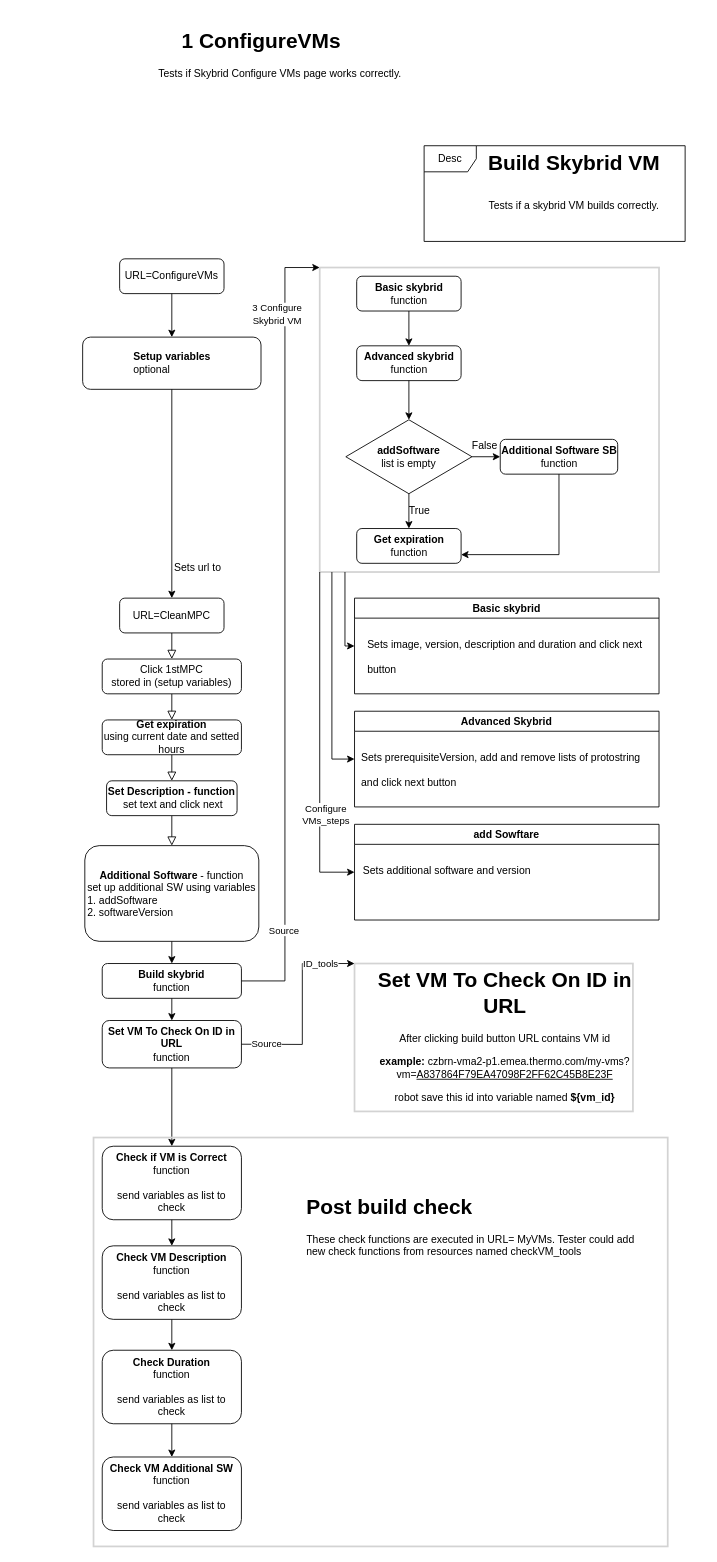
MartinBlazek6/Project keeps this draw.io diagram as page "1 ConfigureVMs" (5 of 5) of 4_MyVMS.drawio. Above is the earlier version. Source tidied: cells renumbered, new cells numbered last; positions are measured from the earlier drawing's top-left corner, leaving out a move shared by most shapes. Both pictures are drawn from the tidied source at 87%, with x=0, y=0 at pixel (15, 23).
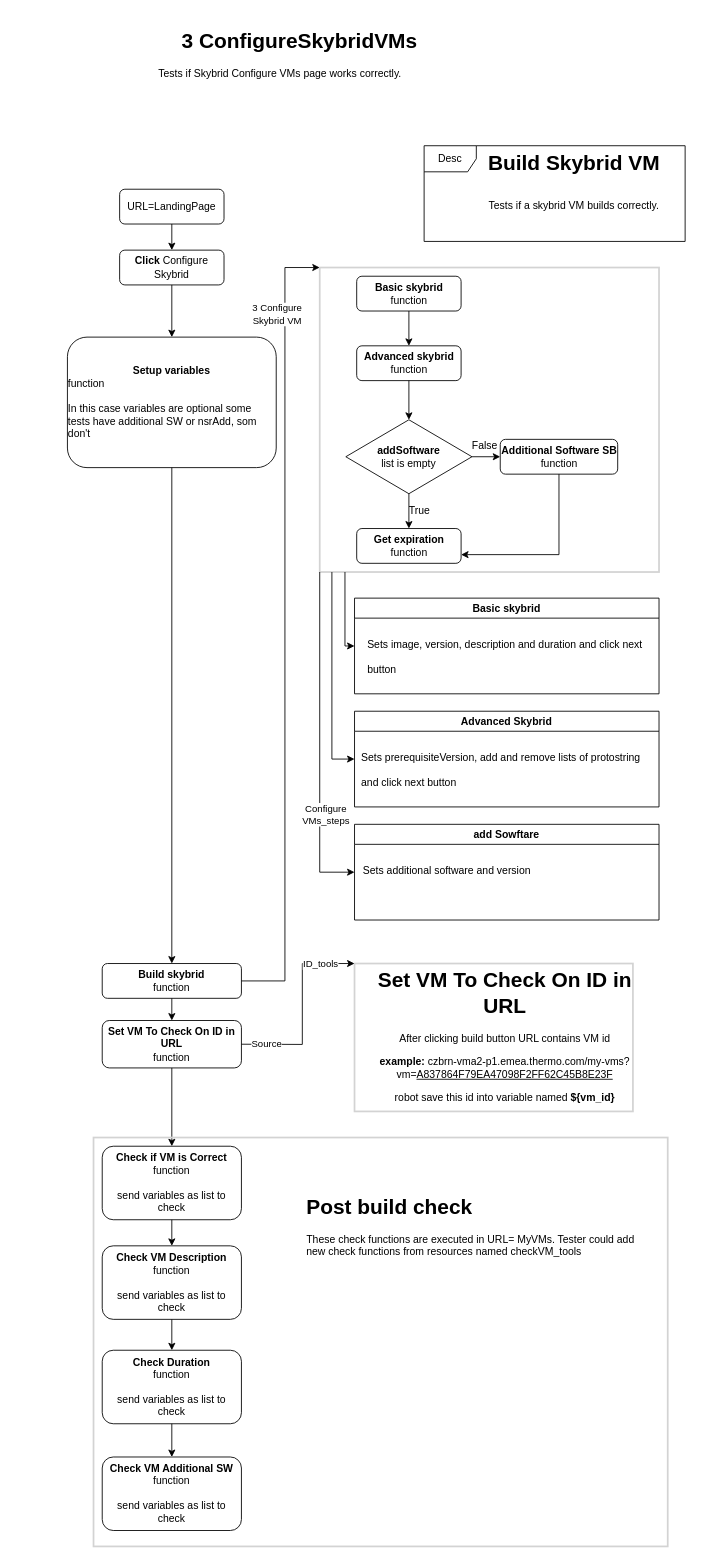
The same page after the edit.

Unchanged cells that the change refers to:
```xml
<mxCell id="14" value="&lt;b&gt;Build skybrid&lt;/b&gt;&lt;br&gt;function" style="rounded=1;whiteSpace=wrap;html=1;fontSize=12;glass=0;strokeWidth=1;shadow=0;" parent="1" vertex="1">
  <mxGeometry x="100" y="1080" width="160" height="40" as="geometry" />
</mxCell>
<mxCell id="18" style="endArrow=classic;html=1;rounded=0;exitX=1;exitY=0.5;exitDx=0;exitDy=0;entryX=0;entryY=0;entryDx=0;entryDy=0;" parent="1" edge="1" source="14" target="17">
  <mxGeometry relative="1" as="geometry">
    <Array as="points">
      <mxPoint x="310" y="1100" />
      <mxPoint x="310" y="280" />
    </Array>
  </mxGeometry>
</mxCell>
<mxCell id="45" value="Basic skybrid" style="swimlane;" parent="1" vertex="1">
  <mxGeometry x="390" y="660" width="350" height="110" as="geometry" />
</mxCell>
<mxCell id="46" value="Advanced Skybrid" style="swimlane;" parent="1" vertex="1">
  <mxGeometry x="390" y="790" width="350" height="110" as="geometry" />
</mxCell>
```

Change to the diagram source:
```diff
@@
-    <mxCell id="2" style="rounded=0;html=1;jettySize=auto;fontSize=11;endArrow=block;endFill=0;endSize=8;strokeWidth=1;shadow=0;labelBackgroundColor=none;edgeStyle=orthogonalEdgeStyle;" parent="1" edge="1" source="3">
-      <mxGeometry relative="1" as="geometry">
-        <mxPoint x="180" y="730" as="targetPoint" />
-      </mxGeometry>
-    </mxCell>
-    <mxCell id="3" value="URL=CleanMPC" style="rounded=1;whiteSpace=wrap;html=1;fontSize=12;glass=0;strokeWidth=1;shadow=0;" parent="1" vertex="1">
-      <mxGeometry x="120" y="660" width="120" height="40" as="geometry" />
-    </mxCell>
-    <mxCell id="4" value="&lt;b&gt;Setup variables&lt;br&gt;&lt;/b&gt;&lt;div style=&quot;text-align: left&quot;&gt;optional&lt;/div&gt;" style="rounded=1;whiteSpace=wrap;html=1;" parent="1" vertex="1">
-      <mxGeometry x="77.5" y="360" width="205" height="60" as="geometry" />
-    </mxCell>
-    <mxCell id="5" style="endArrow=classic;html=1;rounded=0;exitX=0.5;exitY=1;exitDx=0;exitDy=0;entryX=0.5;entryY=0;entryDx=0;entryDy=0;" parent="1" edge="1" source="4" target="3">
-      <mxGeometry relative="1" as="geometry" />
-    </mxCell>
-    <mxCell id="6" value="Sets url to" style="text;html=1;strokeColor=none;fillColor=none;align=center;verticalAlign=middle;whiteSpace=wrap;rounded=0;" parent="1" vertex="1">
-      <mxGeometry x="180" y="610" width="60" height="30" as="geometry" />
-    </mxCell>
-    <mxCell id="7" style="rounded=0;html=1;jettySize=auto;fontSize=11;endArrow=block;endFill=0;endSize=8;strokeWidth=1;shadow=0;labelBackgroundColor=none;edgeStyle=orthogonalEdgeStyle;" parent="1" edge="1" source="8">
-      <mxGeometry relative="1" as="geometry">
-        <mxPoint x="180" y="800" as="targetPoint" />
-      </mxGeometry>
-    </mxCell>
-    <mxCell id="8" value="Click 1stMPC&lt;br&gt;stored in (setup variables)" style="rounded=1;whiteSpace=wrap;html=1;fontSize=12;glass=0;strokeWidth=1;shadow=0;" parent="1" vertex="1">
-      <mxGeometry x="100" y="730" width="160" height="40" as="geometry" />
-    </mxCell>
-    <mxCell id="9" style="rounded=0;html=1;jettySize=auto;fontSize=11;endArrow=block;endFill=0;endSize=8;strokeWidth=1;shadow=0;labelBackgroundColor=none;edgeStyle=orthogonalEdgeStyle;" parent="1" edge="1" source="10">
-      <mxGeometry relative="1" as="geometry">
-        <mxPoint x="180" y="944.5" as="targetPoint" />
-      </mxGeometry>
-    </mxCell>
-    <mxCell id="10" value="&lt;b&gt;Set Description - function&lt;br&gt;&lt;/b&gt;&amp;nbsp;set text and click next" style="rounded=1;whiteSpace=wrap;html=1;fontSize=12;glass=0;strokeWidth=1;shadow=0;" parent="1" vertex="1">
-      <mxGeometry x="105" y="870" width="150" height="40" as="geometry" />
-    </mxCell>
-    <mxCell id="11" value="&lt;b&gt;Additional Software&lt;/b&gt; - function&lt;br&gt;set up additional SW using variables&lt;br&gt;&lt;div style=&quot;text-align: left&quot;&gt;&lt;span&gt;1. addSoftware&lt;/span&gt;&lt;/div&gt;&lt;div style=&quot;text-align: left&quot;&gt;&lt;span&gt;2. softwareVersion&lt;/span&gt;&lt;/div&gt;" style="rounded=1;whiteSpace=wrap;html=1;fontSize=12;glass=0;strokeWidth=1;shadow=0;" parent="1" vertex="1">
-      <mxGeometry x="80" y="944.5" width="200" height="110" as="geometry" />
-    </mxCell>
-    <mxCell id="12" style="rounded=0;html=1;jettySize=auto;fontSize=11;endArrow=block;endFill=0;endSize=8;strokeWidth=1;shadow=0;labelBackgroundColor=none;edgeStyle=orthogonalEdgeStyle;" parent="1" edge="1" source="13">
-      <mxGeometry relative="1" as="geometry">
-        <mxPoint x="180" y="870" as="targetPoint" />
-      </mxGeometry>
-    </mxCell>
-    <mxCell id="13" value="&lt;b&gt;Get expiration&lt;/b&gt;&lt;br&gt;using current date and setted hours" style="rounded=1;whiteSpace=wrap;html=1;fontSize=12;glass=0;strokeWidth=1;shadow=0;" parent="1" vertex="1">
-      <mxGeometry x="100" y="800" width="160" height="40" as="geometry" />
-    </mxCell>
+    <mxCell id="64" value="&lt;b&gt;Setup variables&lt;br&gt;&lt;/b&gt;&lt;div style=&quot;text-align: left&quot;&gt;function&lt;/div&gt;&lt;div style=&quot;text-align: left&quot;&gt;&lt;br&gt;&lt;/div&gt;&lt;div style=&quot;text-align: left&quot;&gt;In this case variables are optional some tests have additional SW or nsrAdd, som don't&lt;/div&gt;" style="rounded=1;whiteSpace=wrap;html=1;" parent="1" vertex="1">
+      <mxGeometry x="60" y="360" width="240" height="150" as="geometry" />
+    </mxCell>
@@
-    <mxCell id="15" style="endArrow=classic;html=1;rounded=0;exitX=0.5;exitY=1;exitDx=0;exitDy=0;" parent="1" edge="1" source="11" target="14">
-      <mxGeometry relative="1" as="geometry" />
-    </mxCell>
+    <mxCell id="65" style="endArrow=classic;html=1;rounded=0;exitX=0.5;exitY=1;exitDx=0;exitDy=0;" parent="1" edge="1" source="64" target="14">
+      <mxGeometry relative="1" as="geometry" />
+    </mxCell>
@@
-    <mxCell id="20" value="Source" style="edgeLabel;html=1;align=left;verticalAlign=bottom;" parent="18" vertex="1">
-      <mxGeometry x="-1" relative="1" as="geometry">
-        <mxPoint x="30" y="-50" as="offset" />
-      </mxGeometry>
-    </mxCell>
@@
-    <mxCell id="31" value="URL=ConfigureVMs" style="rounded=1;whiteSpace=wrap;html=1;fontSize=12;glass=0;strokeWidth=1;shadow=0;" parent="1" vertex="1">
-      <mxGeometry x="120" y="270" width="120" height="40" as="geometry" />
-    </mxCell>
-    <mxCell id="32" style="endArrow=classic;html=1;rounded=0;exitX=0.5;exitY=1;exitDx=0;exitDy=0;" parent="1" edge="1" source="31" target="4">
-      <mxGeometry relative="1" as="geometry" />
-    </mxCell>
+    <mxCell id="66" value="URL=LandingPage" style="rounded=1;whiteSpace=wrap;html=1;fontSize=12;glass=0;strokeWidth=1;shadow=0;" parent="1" vertex="1">
+      <mxGeometry x="120" y="190" width="120" height="40" as="geometry" />
+    </mxCell>
+    <mxCell id="67" value="&lt;b&gt;Click &lt;/b&gt;Configure Skybrid" style="rounded=1;whiteSpace=wrap;html=1;fontSize=12;glass=0;strokeWidth=1;shadow=0;" parent="1" vertex="1">
+      <mxGeometry x="120" y="260" width="120" height="40" as="geometry" />
+    </mxCell>
+    <mxCell id="68" style="endArrow=classic;html=1;rounded=0;exitX=0.5;exitY=1;exitDx=0;exitDy=0;entryX=0.5;entryY=0;entryDx=0;entryDy=0;" parent="1" edge="1" source="66" target="67">
+      <mxGeometry relative="1" as="geometry" />
+    </mxCell>
+    <mxCell id="69" style="endArrow=classic;html=1;rounded=0;exitX=0.5;exitY=1;exitDx=0;exitDy=0;" parent="1" edge="1" source="67" target="64">
+      <mxGeometry relative="1" as="geometry" />
+    </mxCell>
@@
-    <mxCell id="50" style="endArrow=classic;html=1;rounded=0;entryX=0;entryY=0.5;entryDx=0;entryDy=0;" parent="1" edge="1" target="45">
-      <mxGeometry relative="1" as="geometry">
-        <mxPoint x="379" y="630" as="sourcePoint" />
-        <Array as="points">
-          <mxPoint x="379" y="715" />
-        </Array>
-      </mxGeometry>
-    </mxCell>
-    <mxCell id="51" style="endArrow=classic;html=1;rounded=0;entryX=0;entryY=0.5;entryDx=0;entryDy=0;" parent="1" edge="1" target="46">
-      <mxGeometry relative="1" as="geometry">
-        <mxPoint x="364" y="630" as="sourcePoint" />
-        <Array as="points">
-          <mxPoint x="364" y="845" />
-        </Array>
-      </mxGeometry>
-    </mxCell>
+    <mxCell id="70" style="endArrow=classic;html=1;rounded=0;entryX=0;entryY=0.5;entryDx=0;entryDy=0;" parent="1" edge="1" target="45">
+      <mxGeometry relative="1" as="geometry">
+        <mxPoint x="379" y="630" as="sourcePoint" />
+        <Array as="points">
+          <mxPoint x="379" y="715" />
+        </Array>
+      </mxGeometry>
+    </mxCell>
+    <mxCell id="71" style="endArrow=classic;html=1;rounded=0;entryX=0;entryY=0.5;entryDx=0;entryDy=0;" parent="1" edge="1" target="46">
+      <mxGeometry relative="1" as="geometry">
+        <mxPoint x="364" y="630" as="sourcePoint" />
+        <Array as="points">
+          <mxPoint x="364" y="845" />
+        </Array>
+      </mxGeometry>
+    </mxCell>
@@
-    <mxCell id="63" value="&lt;blockquote style=&quot;margin: 0 0 0 40px ; border: none ; padding: 0px&quot;&gt;&lt;blockquote style=&quot;margin: 0 0 0 40px ; border: none ; padding: 0px&quot;&gt;&lt;blockquote style=&quot;margin: 0 0 0 40px ; border: none ; padding: 0px&quot;&gt;&lt;blockquote style=&quot;margin: 0 0 0 40px ; border: none ; padding: 0px&quot;&gt;&lt;h1&gt;&lt;span style=&quot;white-space: pre&quot;&gt; &lt;/span&gt;&lt;span style=&quot;white-space: pre&quot;&gt; &lt;/span&gt;&lt;span style=&quot;white-space: pre&quot;&gt; &lt;/span&gt;&lt;span style=&quot;white-space: pre&quot;&gt; 1&lt;/span&gt;&amp;nbsp;ConfigureVMs&lt;/h1&gt;&lt;/blockquote&gt;&lt;/blockquote&gt;&lt;/blockquote&gt;&lt;blockquote style=&quot;margin: 0 0 0 40px ; border: none ; padding: 0px&quot;&gt;&lt;blockquote style=&quot;margin: 0 0 0 40px ; border: none ; padding: 0px&quot;&gt;&lt;blockquote style=&quot;margin: 0 0 0 40px ; border: none ; padding: 0px&quot;&gt;&lt;p&gt;Tests if Skybrid Configure VMs page works correctly.&lt;/p&gt;&lt;/blockquote&gt;&lt;/blockquote&gt;&lt;/blockquote&gt;&lt;/blockquote&gt;" style="text;html=1;strokeColor=none;fillColor=none;spacing=5;spacingTop=-20;whiteSpace=wrap;overflow=hidden;rounded=0;fontSize=12;align=left;" parent="1" vertex="1">
-      <mxGeometry width="790" height="120" as="geometry" />
-    </mxCell>
+    <mxCell id="72" value="&lt;blockquote style=&quot;margin: 0 0 0 40px ; border: none ; padding: 0px&quot;&gt;&lt;blockquote style=&quot;margin: 0 0 0 40px ; border: none ; padding: 0px&quot;&gt;&lt;blockquote style=&quot;margin: 0 0 0 40px ; border: none ; padding: 0px&quot;&gt;&lt;blockquote style=&quot;margin: 0 0 0 40px ; border: none ; padding: 0px&quot;&gt;&lt;h1&gt;&lt;span style=&quot;white-space: pre&quot;&gt; &lt;/span&gt;&lt;span style=&quot;white-space: pre&quot;&gt; &lt;/span&gt;&lt;span style=&quot;white-space: pre&quot;&gt; &lt;/span&gt;&lt;span style=&quot;white-space: pre&quot;&gt; &lt;/span&gt;3 ConfigureSkybridVMs&lt;/h1&gt;&lt;/blockquote&gt;&lt;/blockquote&gt;&lt;/blockquote&gt;&lt;blockquote style=&quot;margin: 0 0 0 40px ; border: none ; padding: 0px&quot;&gt;&lt;blockquote style=&quot;margin: 0 0 0 40px ; border: none ; padding: 0px&quot;&gt;&lt;blockquote style=&quot;margin: 0 0 0 40px ; border: none ; padding: 0px&quot;&gt;&lt;p&gt;Tests if Skybrid Configure VMs page works correctly.&lt;/p&gt;&lt;/blockquote&gt;&lt;/blockquote&gt;&lt;/blockquote&gt;&lt;/blockquote&gt;" style="text;html=1;strokeColor=none;fillColor=none;spacing=5;spacingTop=-20;whiteSpace=wrap;overflow=hidden;rounded=0;fontSize=12;align=left;" parent="1" vertex="1">
+      <mxGeometry width="790" height="120" as="geometry" />
+    </mxCell>
```
